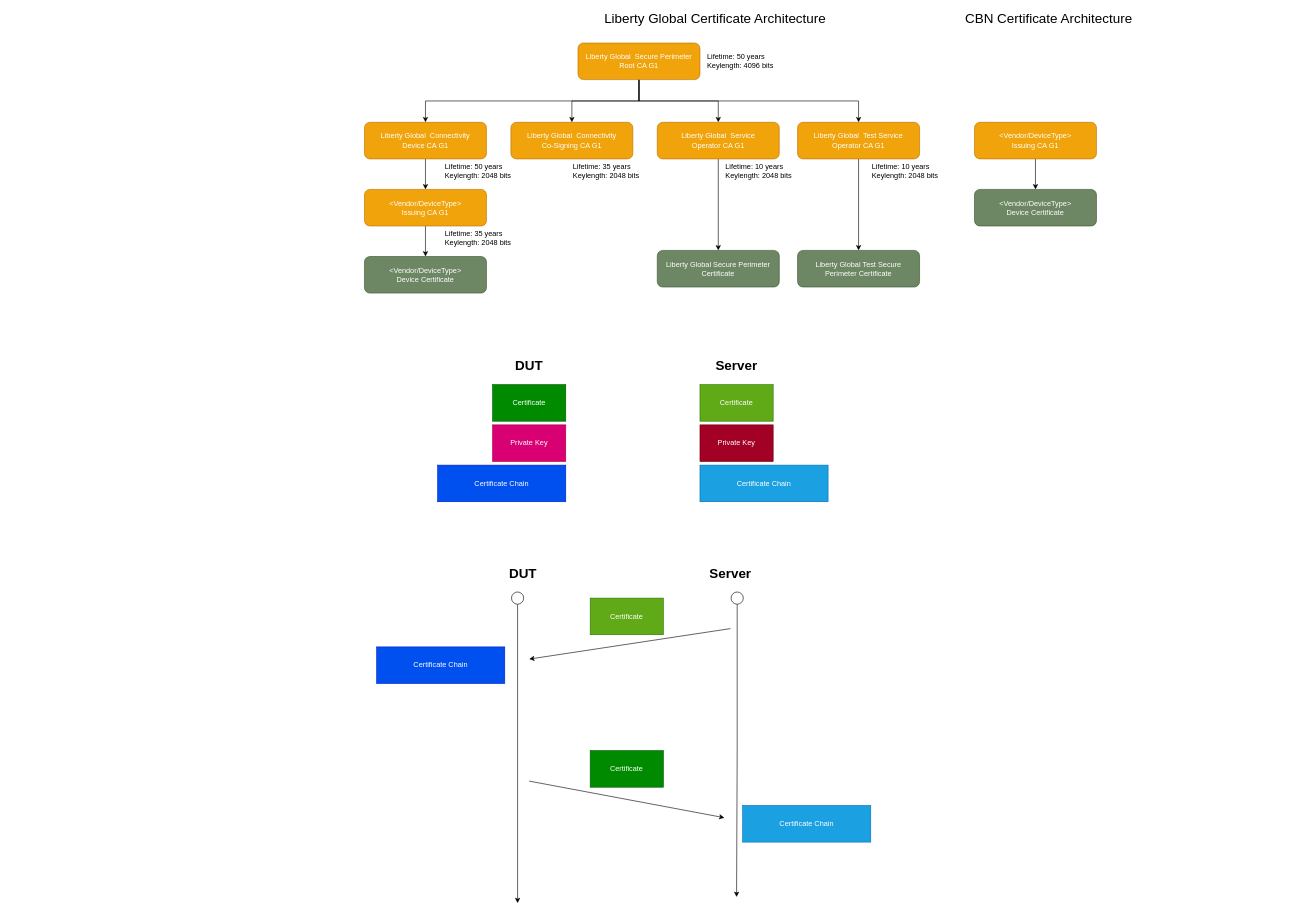
Above: page "Certificate" (16 of 16) of GW7557.drawio in nelsonchung/drawio (draw.io), before the change. Source tidied: cells renumbered, new cells numbered last; positions are measured from the earlier drawing's top-left corner, leaving out a move shared by most shapes. Both pictures are drawn from the tidied source at 61%, with x=0, y=0 at pixel (364, 12).
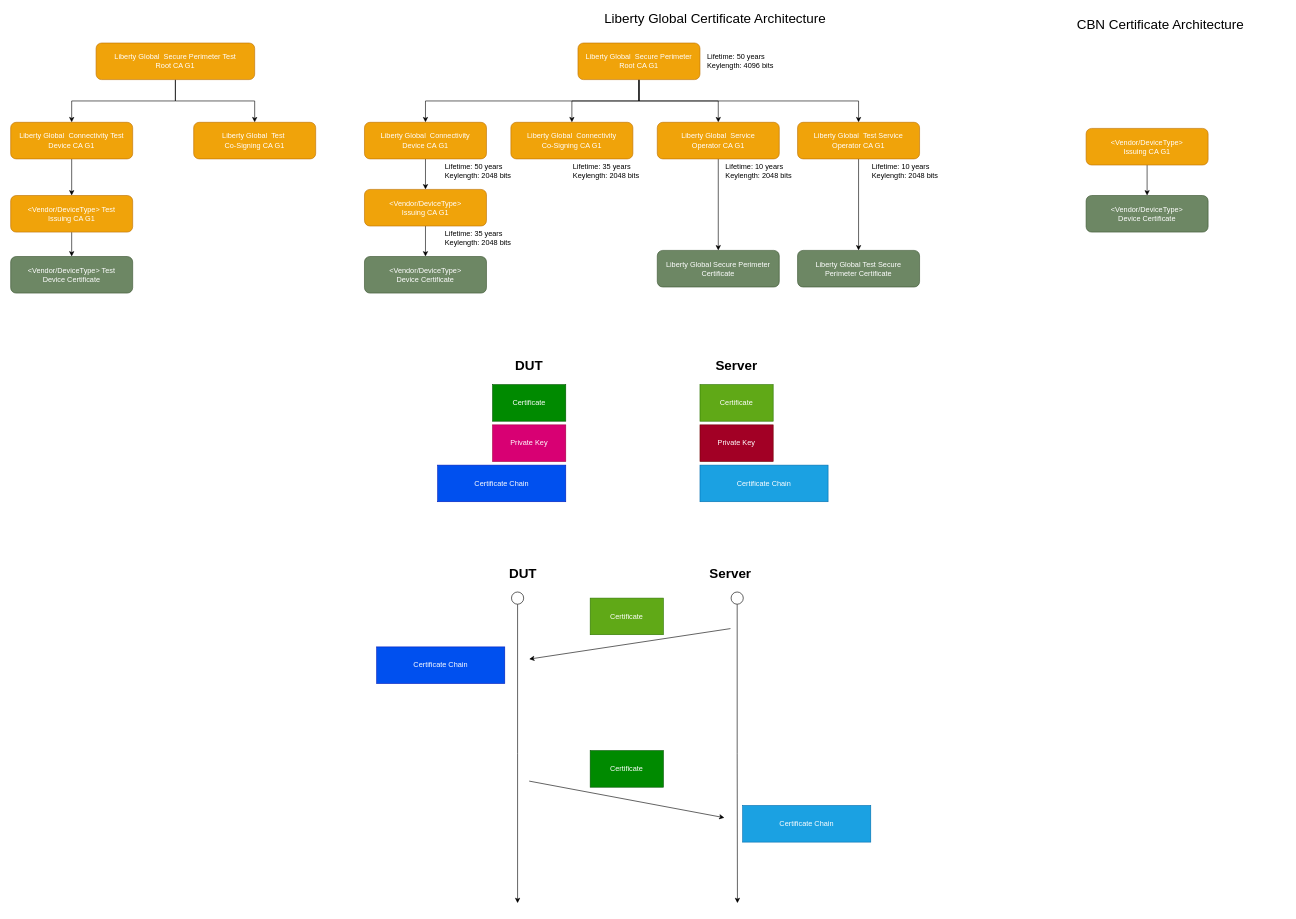
The same page after the edit.

The change refers to these unchanged cells:
```xml
<mxCell id="36" style="ellipse;whiteSpace=wrap;html=1;fontSize=22;align=left;" parent="1" vertex="1">
  <mxGeometry x="601" y="950" width="20" height="20" as="geometry" />
</mxCell>
```

Change to the diagram source:
```diff
@@
-    <mxCell id="35" style="edgeStyle=orthogonalEdgeStyle;rounded=0;jettySize=auto;html=1;exitX=0.5;exitY=1;exitDx=0;exitDy=0;fontSize=22;" parent="1" edge="1" source="36">
-      <mxGeometry relative="1" as="geometry">
-        <mxPoint x="610" y="1450" as="targetPoint" />
-      </mxGeometry>
-    </mxCell>
+    <mxCell id="50" style="edgeStyle=orthogonalEdgeStyle;rounded=0;jettySize=auto;html=1;exitX=0.5;exitY=1;exitDx=0;exitDy=0;startArrow=none;startFill=0;fontSize=22;endArrow=classic;endFill=1;" parent="1" edge="1" source="36">
+      <mxGeometry relative="1" as="geometry">
+        <mxPoint x="611.4" y="1460" as="targetPoint" />
+      </mxGeometry>
+    </mxCell>
@@
     <mxCell id="46" value="&amp;lt;Vendor/DeviceType&amp;gt; &lt;br&gt;Issuing CA G1" style="rounded=1;whiteSpace=wrap;html=1;align=center;fillColor=#f0a30a;strokeColor=#BD7000;fontColor=#ffffff;" parent="1" vertex="1">
-      <mxGeometry x="1000" y="180" width="200" height="60" as="geometry" />
+      <mxGeometry x="1183" y="190" width="200" height="60" as="geometry" />
     </mxCell>
     <mxCell id="47" value="&amp;lt;Vendor/DeviceType&amp;gt;&lt;br&gt;Device Certificate" style="rounded=1;whiteSpace=wrap;html=1;align=center;fillColor=#6d8764;strokeColor=#3A5431;fontColor=#ffffff;" parent="1" vertex="1">
-      <mxGeometry x="1000" y="290" width="200" height="60" as="geometry" />
+      <mxGeometry x="1183" y="300" width="200" height="60" as="geometry" />
     </mxCell>
@@
     <mxCell id="49" value="CBN Certificate Architecture" style="text;html=1;strokeColor=none;fillColor=none;align=center;verticalAlign=middle;whiteSpace=wrap;rounded=0;fontSize=22;" parent="1" vertex="1">
-      <mxGeometry x="917" width="410" height="20" as="geometry" />
+      <mxGeometry x="1100" y="10" width="410" height="20" as="geometry" />
     </mxCell>
+    <mxCell id="51" style="edgeStyle=orthogonalEdgeStyle;rounded=0;jettySize=auto;html=1;exitX=0.5;exitY=1;exitDx=0;exitDy=0;entryX=0.5;entryY=0;entryDx=0;entryDy=0;startArrow=none;startFill=0;endArrow=classic;endFill=1;fontSize=22;" parent="1" edge="1" source="53" target="55">
+      <mxGeometry relative="1" as="geometry" />
+    </mxCell>
+    <mxCell id="52" style="edgeStyle=orthogonalEdgeStyle;rounded=0;jettySize=auto;html=1;exitX=0.5;exitY=1;exitDx=0;exitDy=0;entryX=0.5;entryY=0;entryDx=0;entryDy=0;startArrow=none;startFill=0;endArrow=classic;endFill=1;fontSize=22;" parent="1" edge="1" source="53" target="56">
+      <mxGeometry relative="1" as="geometry" />
+    </mxCell>
+    <mxCell id="53" value="Liberty Global&amp;nbsp; Secure Perimeter Test&lt;br&gt;Root CA G1" style="rounded=1;whiteSpace=wrap;html=1;align=center;fillColor=#f0a30a;strokeColor=#BD7000;fontColor=#ffffff;" parent="1" vertex="1">
+      <mxGeometry x="-440" y="50" width="260" height="60" as="geometry" />
+    </mxCell>
+    <mxCell id="54" style="edgeStyle=orthogonalEdgeStyle;rounded=0;jettySize=auto;html=1;exitX=0.5;exitY=1;exitDx=0;exitDy=0;entryX=0.5;entryY=0;entryDx=0;entryDy=0;startArrow=none;startFill=0;endArrow=classic;endFill=1;fontSize=22;" parent="1" edge="1" source="55" target="58">
+      <mxGeometry relative="1" as="geometry" />
+    </mxCell>
+    <mxCell id="55" value="Liberty Global&amp;nbsp; Connectivity Test&lt;br&gt;Device CA G1" style="rounded=1;whiteSpace=wrap;html=1;align=center;fillColor=#f0a30a;strokeColor=#BD7000;fontColor=#ffffff;" parent="1" vertex="1">
+      <mxGeometry x="-580" y="180" width="200" height="60" as="geometry" />
+    </mxCell>
+    <mxCell id="56" value="Liberty Global&amp;nbsp; Test&amp;nbsp;&lt;br&gt;Co-Signing CA G1" style="rounded=1;whiteSpace=wrap;html=1;align=center;fillColor=#f0a30a;strokeColor=#BD7000;fontColor=#ffffff;" parent="1" vertex="1">
+      <mxGeometry x="-280" y="180" width="200" height="60" as="geometry" />
+    </mxCell>
+    <mxCell id="57" style="edgeStyle=orthogonalEdgeStyle;rounded=0;jettySize=auto;html=1;exitX=0.5;exitY=1;exitDx=0;exitDy=0;entryX=0.5;entryY=0;entryDx=0;entryDy=0;startArrow=none;startFill=0;endArrow=classic;endFill=1;fontSize=22;" parent="1" edge="1" source="58" target="59">
+      <mxGeometry relative="1" as="geometry" />
+    </mxCell>
+    <mxCell id="58" value="&amp;lt;Vendor/DeviceType&amp;gt; Test&lt;br&gt;Issuing CA G1" style="rounded=1;whiteSpace=wrap;html=1;align=center;fillColor=#f0a30a;strokeColor=#BD7000;fontColor=#ffffff;" parent="1" vertex="1">
+      <mxGeometry x="-580" y="300" width="200" height="60" as="geometry" />
+    </mxCell>
+    <mxCell id="59" value="&amp;lt;Vendor/DeviceType&amp;gt; Test&lt;br&gt;Device Certificate" style="rounded=1;whiteSpace=wrap;html=1;align=center;fillColor=#6d8764;strokeColor=#3A5431;fontColor=#ffffff;" parent="1" vertex="1">
+      <mxGeometry x="-580" y="400" width="200" height="60" as="geometry" />
+    </mxCell>
```
